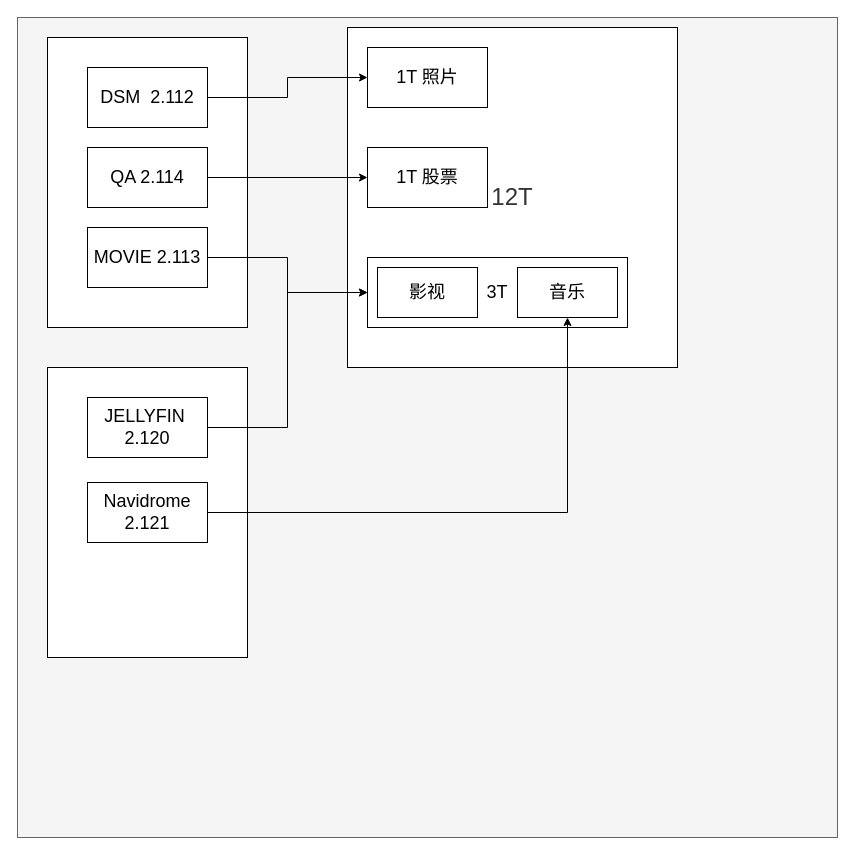
Above: src/pve拓扑.drawio in yehonghao/draw (draw.io), before the change. Source tidied: cells renumbered, new cells numbered last; positions are measured from the earlier drawing's top-left corner, leaving out a move shared by most shapes. Both pictures are drawn from the tidied source at 100%, with x=0, y=0 at pixel (17, 17).
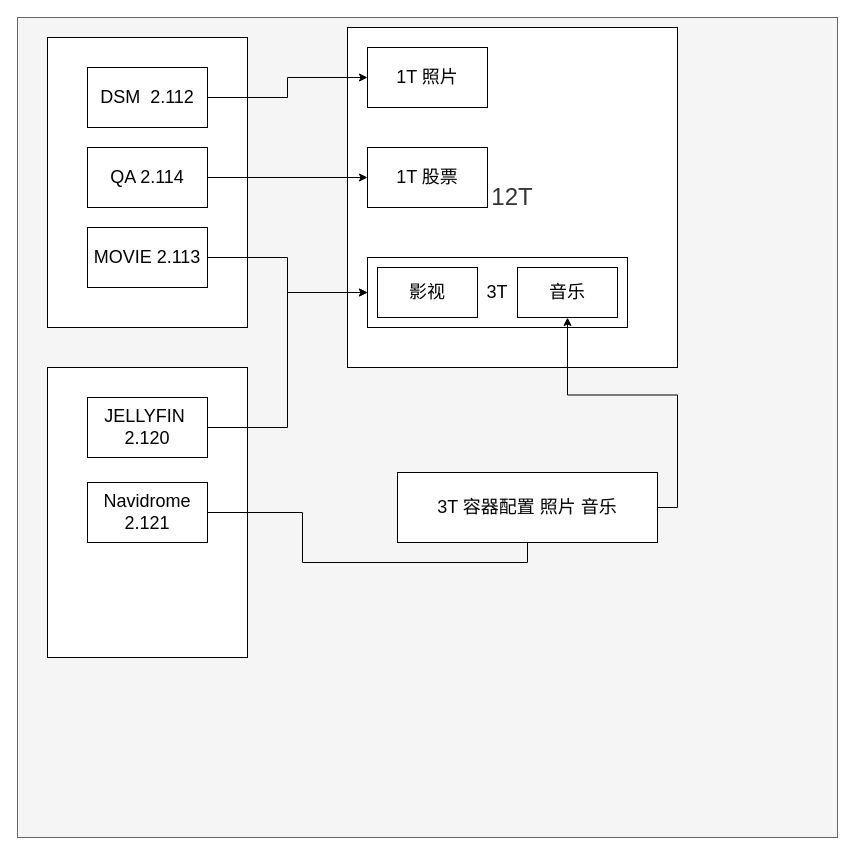
After the change.

Unchanged cells that the change refers to:
```xml
<mxCell id="19" value="Navidrome&lt;br&gt;2.121" style="rounded=0;whiteSpace=wrap;html=1;fontSize=18;" parent="1" vertex="1">
  <mxGeometry x="70" y="465" width="120" height="60" as="geometry" />
</mxCell>
<mxCell id="20" value="音乐" style="rounded=0;whiteSpace=wrap;html=1;fontSize=18;" parent="1" vertex="1">
  <mxGeometry x="500" y="250" width="100" height="50" as="geometry" />
</mxCell>
```

The edit, as a diff of the source:
```diff
@@
-    <mxCell id="18" style="edgeStyle=orthogonalEdgeStyle;rounded=0;jettySize=auto;html=1;exitX=1;exitY=0.5;exitDx=0;exitDy=0;entryX=0.5;entryY=1;entryDx=0;entryDy=0;" parent="1" edge="1" source="19" target="20">
+    <mxCell id="18" style="edgeStyle=orthogonalEdgeStyle;rounded=0;jettySize=auto;html=1;exitX=1;exitY=0.5;exitDx=0;exitDy=0;entryX=0.5;entryY=1;entryDx=0;entryDy=0;startArrow=none;" parent="1" edge="1" source="21" target="20">
       <mxGeometry relative="1" as="geometry" />
     </mxCell>
@@
+    <mxCell id="21" value="3T 容器配置 照片 音乐" style="rounded=0;whiteSpace=wrap;html=1;fontSize=18;" parent="1" vertex="1">
+      <mxGeometry x="380" y="455" width="260" height="70" as="geometry" />
+    </mxCell>
+    <mxCell id="22" style="edgeStyle=orthogonalEdgeStyle;rounded=0;jettySize=auto;html=1;exitX=1;exitY=0.5;exitDx=0;exitDy=0;entryX=0.5;entryY=1;entryDx=0;entryDy=0;endArrow=none;" parent="1" edge="1" source="19" target="21">
+      <mxGeometry relative="1" as="geometry" />
+    </mxCell>
```
